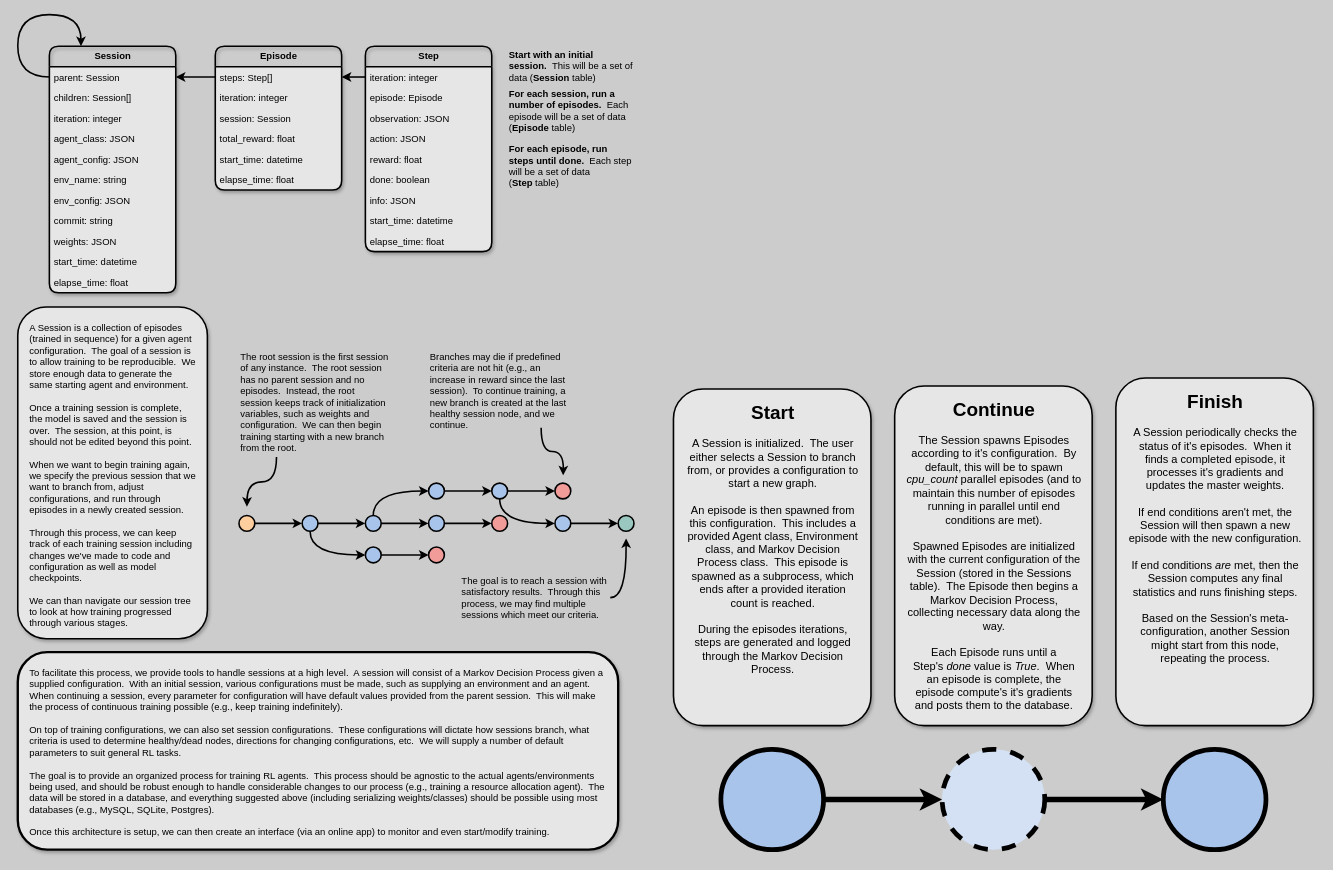
Earlier version of the draw.io diagram architecture.dio (nathanmargaglio/curls). Source tidied: cells renumbered, new cells numbered last; positions are measured from the earlier drawing's top-left corner, leaving out a move shared by most shapes. Both pictures are drawn from the tidied source at 79%, with x=0, y=0 at pixel (17, 14).
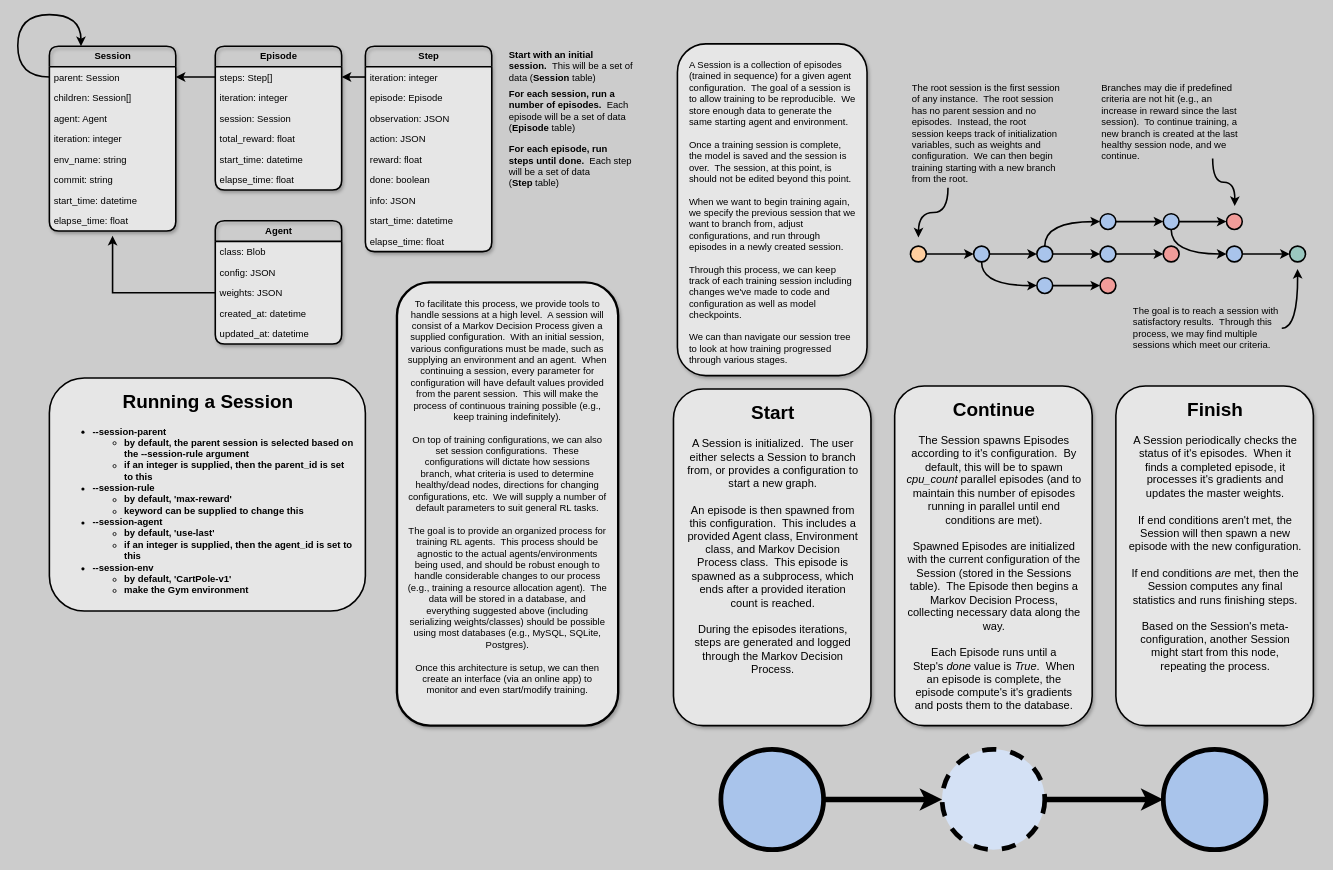
The same page after the edit.

The edit, as a diff of the source:
```diff
@@
     <mxCell id="2" style="group;" parent="1" vertex="1">
-      <mxGeometry x="40" y="59" width="740" height="348" as="geometry" />
+      <mxGeometry x="40" y="59" width="740" height="980" as="geometry" />
     </mxCell>
@@
     <mxCell id="8" style="group;" parent="2" vertex="1">
-      <mxGeometry y="-19" width="560" height="312" as="geometry" />
+      <mxGeometry y="-19" width="560" height="715" as="geometry" />
     </mxCell>
@@
     <mxCell id="19" value="&lt;b&gt;Session&lt;/b&gt;" style="swimlane;fontStyle=0;horizontal=1;startSize=26;fillColor=none;swimlaneFillColor=#E6E6E6;rounded=1;strokeWidth=2;html=1;shadow=1;" parent="8" vertex="1">
-      <mxGeometry width="160" height="312" as="geometry" />
+      <mxGeometry width="160" height="234" as="geometry" />
     </mxCell>
@@
+    <mxCell id="24" value="agent: Agent" style="text;strokeColor=none;fillColor=none;align=left;verticalAlign=top;spacingLeft=4;spacingRight=4;overflow=hidden;" parent="19" vertex="1">
+      <mxGeometry y="78" width="160" height="26" as="geometry" />
+    </mxCell>
     <mxCell id="23" value="iteration: integer" style="text;strokeColor=none;fillColor=none;align=left;verticalAlign=top;spacingLeft=4;spacingRight=4;overflow=hidden;" parent="19" vertex="1">
-      <mxGeometry y="78" width="160" height="26" as="geometry" />
+      <mxGeometry y="104" width="160" height="26" as="geometry" />
     </mxCell>
-    <mxCell id="24" value="agent_class: JSON" style="text;strokeColor=none;fillColor=none;align=left;verticalAlign=top;spacingLeft=4;spacingRight=4;overflow=hidden;" parent="19" vertex="1">
-      <mxGeometry y="104" width="160" height="26" as="geometry" />
-    </mxCell>
-    <mxCell id="25" value="agent_config: JSON" style="text;strokeColor=none;fillColor=none;align=left;verticalAlign=top;spacingLeft=4;spacingRight=4;overflow=hidden;" parent="19" vertex="1">
-      <mxGeometry y="130" width="160" height="26" as="geometry" />
-    </mxCell>
     <mxCell id="26" value="env_name: string" style="text;strokeColor=none;fillColor=none;align=left;verticalAlign=top;spacingLeft=4;spacingRight=4;overflow=hidden;" parent="19" vertex="1">
-      <mxGeometry y="156" width="160" height="26" as="geometry" />
+      <mxGeometry y="130" width="160" height="26" as="geometry" />
     </mxCell>
-    <mxCell id="27" value="env_config: JSON" style="text;strokeColor=none;fillColor=none;align=left;verticalAlign=top;spacingLeft=4;spacingRight=4;overflow=hidden;" parent="19" vertex="1">
-      <mxGeometry y="182" width="160" height="26" as="geometry" />
-    </mxCell>
     <mxCell id="28" value="commit: string" style="text;strokeColor=none;fillColor=none;align=left;verticalAlign=top;spacingLeft=4;spacingRight=4;overflow=hidden;" parent="19" vertex="1">
-      <mxGeometry y="208" width="160" height="26" as="geometry" />
+      <mxGeometry y="156" width="160" height="26" as="geometry" />
     </mxCell>
-    <mxCell id="29" value="weights: JSON" style="text;strokeColor=none;fillColor=none;align=left;verticalAlign=top;spacingLeft=4;spacingRight=4;overflow=hidden;points=[[0,0.5],[1,0.5]];portConstraint=eastwest;" parent="19" vertex="1">
-      <mxGeometry y="234" width="160" height="26" as="geometry" />
-    </mxCell>
     <mxCell id="30" value="start_time: datetime" style="text;strokeColor=none;fillColor=none;align=left;verticalAlign=top;spacingLeft=4;spacingRight=4;overflow=hidden;" parent="19" vertex="1">
-      <mxGeometry y="260" width="160" height="26" as="geometry" />
+      <mxGeometry y="182" width="160" height="26" as="geometry" />
     </mxCell>
     <mxCell id="31" value="elapse_time: float" style="text;strokeColor=none;fillColor=none;align=left;verticalAlign=top;spacingLeft=4;spacingRight=4;overflow=hidden;" parent="19" vertex="1">
-      <mxGeometry y="286" width="160" height="26" as="geometry" />
+      <mxGeometry y="208" width="160" height="26" as="geometry" />
     </mxCell>
+    <mxCell id="82" value="&lt;b&gt;Agent&lt;/b&gt;" style="swimlane;fontStyle=0;horizontal=1;startSize=26;fillColor=none;swimlaneFillColor=#E6E6E6;rounded=1;strokeWidth=2;html=1;shadow=1;" parent="8" vertex="1">
+      <mxGeometry x="210" y="221" width="160" height="156" as="geometry" />
+    </mxCell>
+    <mxCell id="83" value="class: Blob" style="text;strokeColor=none;fillColor=none;align=left;verticalAlign=top;spacingLeft=4;spacingRight=4;overflow=hidden;" parent="82" vertex="1">
+      <mxGeometry y="26" width="160" height="26" as="geometry" />
+    </mxCell>
+    <mxCell id="84" value="config: JSON" style="text;strokeColor=none;fillColor=none;align=left;verticalAlign=top;spacingLeft=4;spacingRight=4;overflow=hidden;" parent="82" vertex="1">
+      <mxGeometry y="52" width="160" height="26" as="geometry" />
+    </mxCell>
+    <mxCell id="29" value="weights: JSON" style="text;strokeColor=none;fillColor=none;align=left;verticalAlign=top;spacingLeft=4;spacingRight=4;overflow=hidden;points=[[0,0.5],[1,0.5]];portConstraint=eastwest;" parent="82" vertex="1">
+      <mxGeometry y="78" width="160" height="26" as="geometry" />
+    </mxCell>
+    <mxCell id="85" value="created_at: datetime" style="text;strokeColor=none;fillColor=none;align=left;verticalAlign=top;spacingLeft=4;spacingRight=4;overflow=hidden;" parent="82" vertex="1">
+      <mxGeometry y="104" width="160" height="26" as="geometry" />
+    </mxCell>
+    <mxCell id="86" value="updated_at: datetime" style="text;strokeColor=none;fillColor=none;align=left;verticalAlign=top;spacingLeft=4;spacingRight=4;overflow=hidden;" parent="82" vertex="1">
+      <mxGeometry y="130" width="160" height="26" as="geometry" />
+    </mxCell>
+    <mxCell id="87" value="&lt;h1 style=&quot;text-align: center&quot;&gt;Running a Session&lt;/h1&gt;&lt;p&gt;&lt;/p&gt;&lt;b&gt;&lt;ul&gt;&lt;li&gt;--session-parent&lt;/li&gt;&lt;ul&gt;&lt;li&gt;by default, the parent session is selected based on the --session-rule argument&lt;/li&gt;&lt;li&gt;if an integer is supplied, then the parent_id is set to this&lt;/li&gt;&lt;/ul&gt;&lt;li&gt;--session-rule&lt;/li&gt;&lt;ul&gt;&lt;li&gt;by default, 'max-reward'&lt;/li&gt;&lt;li&gt;keyword can be supplied to change this&lt;/li&gt;&lt;/ul&gt;&lt;li&gt;--session-agent&lt;/li&gt;&lt;ul&gt;&lt;li&gt;by default, 'use-last'&lt;/li&gt;&lt;li&gt;if an integer is supplied, then the agent_id is set to this&lt;/li&gt;&lt;/ul&gt;&lt;li&gt;--session-env&lt;/li&gt;&lt;ul&gt;&lt;li&gt;by default, 'CartPole-v1'&lt;/li&gt;&lt;li&gt;make the Gym environment&lt;/li&gt;&lt;/ul&gt;&lt;/ul&gt;&lt;/b&gt;&lt;p&gt;&lt;/p&gt;&lt;p&gt;&lt;br&gt;&lt;/p&gt;" style="text;html=1;strokeColor=#000000;fillColor=#E6E6E6;spacing=15;spacingTop=-20;whiteSpace=wrap;overflow=hidden;rounded=1;strokeWidth=2;spacingLeft=0;spacingRight=0;" parent="8" vertex="1">
+      <mxGeometry y="420" width="400" height="295" as="geometry" />
+    </mxCell>
@@
     <mxCell id="41" value="A Session is a collection of episodes (trained in sequence) for a given agent configuration.&amp;nbsp; The goal of a session is to allow training to be reproducible.&amp;nbsp; We store enough data to generate the same starting agent and environment.&lt;div&gt;&lt;br&gt;&lt;/div&gt;&lt;div&gt;Once a training session is complete, the model is saved and the session is over.&amp;nbsp; The session, at this point, is should not be edited beyond this point.&lt;/div&gt;&lt;div&gt;&lt;br&gt;&lt;/div&gt;&lt;div&gt;When we want to begin training again, we specify the previous session that we want to branch from, adjust configurations, and run through episodes in a newly created session.&lt;div&gt;&lt;br&gt;&lt;/div&gt;&lt;div&gt;Through this process, we can keep track of each training session including changes we've made to code and configuration as well as model checkpoints.&lt;/div&gt;&lt;/div&gt;&lt;div&gt;&lt;br&gt;&lt;/div&gt;&lt;div&gt;We can than navigate our session tree to look at how training progressed through various stages.&lt;/div&gt;" style="text;html=1;strokeColor=#000000;fillColor=#E6E6E6;align=left;verticalAlign=top;whiteSpace=wrap;rounded=1;shadow=1;strokeWidth=2;comic=0;glass=0;spacing=15;" parent="1" vertex="1">
-      <mxGeometry y="370" width="240" height="420" as="geometry" />
+      <mxGeometry x="835" y="37" width="240" height="420" as="geometry" />
     </mxCell>
-    <mxCell id="42" value="To facilitate this process, we provide tools to handle sessions at a high level.&amp;nbsp; A session will consist of a Markov Decision Process given a supplied configuration.&amp;nbsp; With an initial session, various configurations must be made, such as supplying an environment and an agent.&amp;nbsp; When continuing a session, every parameter for configuration will have default values provided from the parent session.&amp;nbsp; This will make the process of continuous training possible (e.g., keep training indefinitely).&lt;div&gt;&lt;br&gt;&lt;/div&gt;&lt;div&gt;On top of training configurations, we can also set session configurations.&amp;nbsp; These configurations will dictate how sessions branch, what criteria is used to determine healthy/dead nodes, directions for changing configurations, etc.&amp;nbsp; We will supply a number of default parameters to suit general RL tasks.&lt;/div&gt;&lt;div&gt;&lt;br&gt;&lt;/div&gt;&lt;div&gt;The goal is to provide an organized process for training RL agents.&amp;nbsp; This process should be agnostic to the actual agents/environments being used, and should be robust enough to handle considerable changes to our process (e.g., training a resource allocation agent).&amp;nbsp; The data will be stored in a database, and everything suggested above (including serializing weights/classes) should be possible using most databases (e.g., MySQL, SQLite, Postgres).&lt;/div&gt;&lt;div&gt;&lt;br&gt;&lt;/div&gt;&lt;div&gt;Once this architecture is setup, we can then create an interface (via an online app) to monitor and even start/modify training.&lt;/div&gt;" style="text;html=1;strokeColor=#000000;fillColor=#E6E6E6;align=left;verticalAlign=top;whiteSpace=wrap;rounded=1;shadow=1;strokeWidth=3;comic=0;glass=0;gradientColor=none;spacing=15;" parent="1" vertex="1">
-      <mxGeometry y="807" width="760" height="250" as="geometry" />
+    <mxCell id="42" value="To facilitate this process, we provide tools to handle sessions at a high level.&amp;nbsp; A session will consist of a Markov Decision Process given a supplied configuration.&amp;nbsp; With an initial session, various configurations must be made, such as supplying an environment and an agent.&amp;nbsp; When continuing a session, every parameter for configuration will have default values provided from the parent session.&amp;nbsp; This will make the process of continuous training possible (e.g., keep training indefinitely).&lt;div&gt;&lt;br&gt;&lt;/div&gt;&lt;div&gt;On top of training configurations, we can also set session configurations.&amp;nbsp; These configurations will dictate how sessions branch, what criteria is used to determine healthy/dead nodes, directions for changing configurations, etc.&amp;nbsp; We will supply a number of default parameters to suit general RL tasks.&lt;/div&gt;&lt;div&gt;&lt;br&gt;&lt;/div&gt;&lt;div&gt;The goal is to provide an organized process for training RL agents.&amp;nbsp; This process should be agnostic to the actual agents/environments being used, and should be robust enough to handle considerable changes to our process (e.g., training a resource allocation agent).&amp;nbsp; The data will be stored in a database, and everything suggested above (including serializing weights/classes) should be possible using most databases (e.g., MySQL, SQLite, Postgres).&lt;/div&gt;&lt;div&gt;&lt;br&gt;&lt;/div&gt;&lt;div&gt;Once this architecture is setup, we can then create an interface (via an online app) to monitor and even start/modify training.&lt;/div&gt;" style="text;html=1;strokeColor=#000000;fillColor=#E6E6E6;align=center;verticalAlign=top;whiteSpace=wrap;rounded=1;shadow=1;strokeWidth=3;comic=0;glass=0;gradientColor=none;spacing=15;" parent="1" vertex="1">
+      <mxGeometry x="480" y="339" width="280" height="561" as="geometry" />
     </mxCell>
     <mxCell id="43" style="group;" parent="1" vertex="1">
-      <mxGeometry x="280" y="420" width="500" height="353" as="geometry" />
+      <mxGeometry x="1130" y="79" width="500" height="353" as="geometry" />
     </mxCell>
@@
     <mxCell id="79" value="&lt;h1 style=&quot;text-align: center&quot;&gt;Finish&lt;/h1&gt;&lt;p style=&quot;text-align: center&quot;&gt;&lt;/p&gt;&lt;font style=&quot;font-size: 14px&quot;&gt;&lt;div style=&quot;text-align: center&quot;&gt;A Session periodically checks the status of it's episodes.&amp;nbsp; When it finds a completed episode, it processes it's gradients and updates the master weights.&lt;/div&gt;&lt;div style=&quot;text-align: center&quot;&gt;&lt;br&gt;&lt;/div&gt;&lt;div style=&quot;text-align: center&quot;&gt;If end conditions aren't met, the Session will then spawn a new episode with the new configuration.&lt;/div&gt;&lt;div style=&quot;text-align: center&quot;&gt;&lt;br&gt;&lt;/div&gt;&lt;div style=&quot;text-align: center&quot;&gt;If end conditions &lt;i&gt;are&lt;/i&gt;&amp;nbsp;met, then the Session computes any final statistics and runs finishing steps.&lt;/div&gt;&lt;div style=&quot;text-align: center&quot;&gt;&lt;br&gt;&lt;/div&gt;&lt;div style=&quot;text-align: center&quot;&gt;Based on the Session's meta-configuration, another Session might start from this node, repeating the process.&lt;/div&gt;&lt;/font&gt;&lt;p&gt;&lt;/p&gt;" style="text;html=1;strokeColor=#000000;fillColor=#E6E6E6;spacing=15;spacingTop=-20;whiteSpace=wrap;overflow=hidden;rounded=1;strokeWidth=2;comic=0;glass=0;shadow=1;" parent="1" vertex="1">
-      <mxGeometry x="1390" y="460" width="250" height="440" as="geometry" />
+      <mxGeometry x="1390" y="470" width="250" height="430" as="geometry" />
     </mxCell>
@@
+    <mxCell id="88" style="edgeStyle=orthogonalEdgeStyle;rounded=0;html=1;exitX=0;exitY=0.5;jettySize=auto;strokeWidth=2;" parent="1" edge="1" source="29">
+      <mxGeometry relative="1" as="geometry">
+        <mxPoint x="120" y="280" as="targetPoint" />
+        <Array as="points">
+          <mxPoint x="120" y="352" />
+        </Array>
+      </mxGeometry>
+    </mxCell>
```
